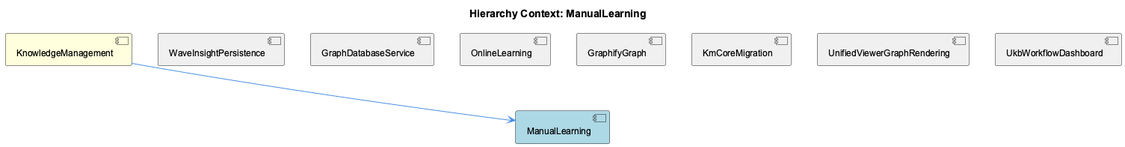
The PlantUML diagram knowledge-management/insights/images/manual-learning-relationship.png in fwornle/coding, before a commit.
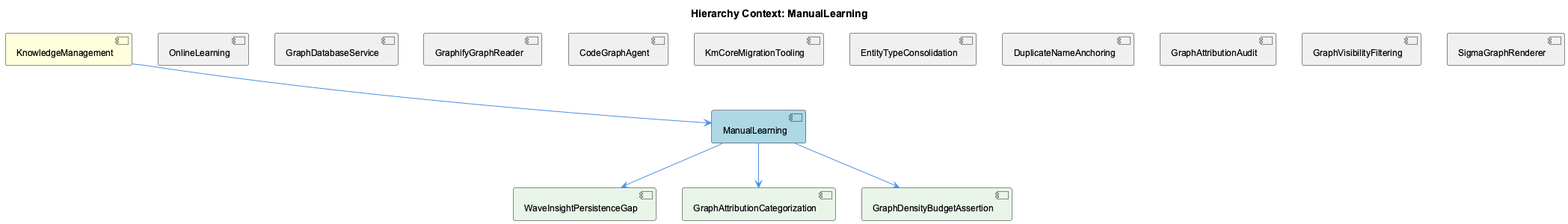
Above is the later version.

Change to the diagram source:
```diff
@@ -5,21 +5,33 @@
 
 [KnowledgeManagement] as knowledge_management #FFFFDD
 [ManualLearning] as manual_learning #LightBlue
-[WaveInsightPersistence] as wave_insight_persistence #F0F0F0
+[OnlineLearning] as online_learning #F0F0F0
 [GraphDatabaseService] as graph_database_service #F0F0F0
-[OnlineLearning] as online_learning #F0F0F0
-[GraphifyGraph] as graphify_graph #F0F0F0
-[KmCoreMigration] as km_core_migration #F0F0F0
-[UnifiedViewerGraphRendering] as unified_viewer_graph_rendering #F0F0F0
-[UkbWorkflowDashboard] as ukb_workflow_dashboard #F0F0F0
+[GraphifyGraphReader] as graphify_graph_reader #F0F0F0
+[CodeGraphAgent] as code_graph_agent #F0F0F0
+[KmCoreMigrationTooling] as km_core_migration_tooling #F0F0F0
+[EntityTypeConsolidation] as entity_type_consolidation #F0F0F0
+[DuplicateNameAnchoring] as duplicate_name_anchoring #F0F0F0
+[GraphAttributionAudit] as graph_attribution_audit #F0F0F0
+[GraphVisibilityFiltering] as graph_visibility_filtering #F0F0F0
+[SigmaGraphRenderer] as sigma_graph_renderer #F0F0F0
+[WaveInsightPersistenceGap] as wave_insight_persistence_gap #E8F5E8
+[GraphAttributionCategorization] as graph_attribution_categorization #E8F5E8
+[GraphDensityBudgetAssertion] as graph_density_budget_assertion #E8F5E8
 
 knowledge_management --> manual_learning
-wave_insight_persistence -[hidden]- manual_learning
+online_learning -[hidden]- manual_learning
 graph_database_service -[hidden]- manual_learning
-online_learning -[hidden]- manual_learning
-graphify_graph -[hidden]- manual_learning
-km_core_migration -[hidden]- manual_learning
-unified_viewer_graph_rendering -[hidden]- manual_learning
-ukb_workflow_dashboard -[hidden]- manual_learning
+graphify_graph_reader -[hidden]- manual_learning
+code_graph_agent -[hidden]- manual_learning
+km_core_migration_tooling -[hidden]- manual_learning
+entity_type_consolidation -[hidden]- manual_learning
+duplicate_name_anchoring -[hidden]- manual_learning
+graph_attribution_audit -[hidden]- manual_learning
+graph_visibility_filtering -[hidden]- manual_learning
+sigma_graph_renderer -[hidden]- manual_learning
+manual_learning --> wave_insight_persistence_gap
+manual_learning --> graph_attribution_categorization
+manual_learning --> graph_density_budget_assertion
 
 @enduml
```
